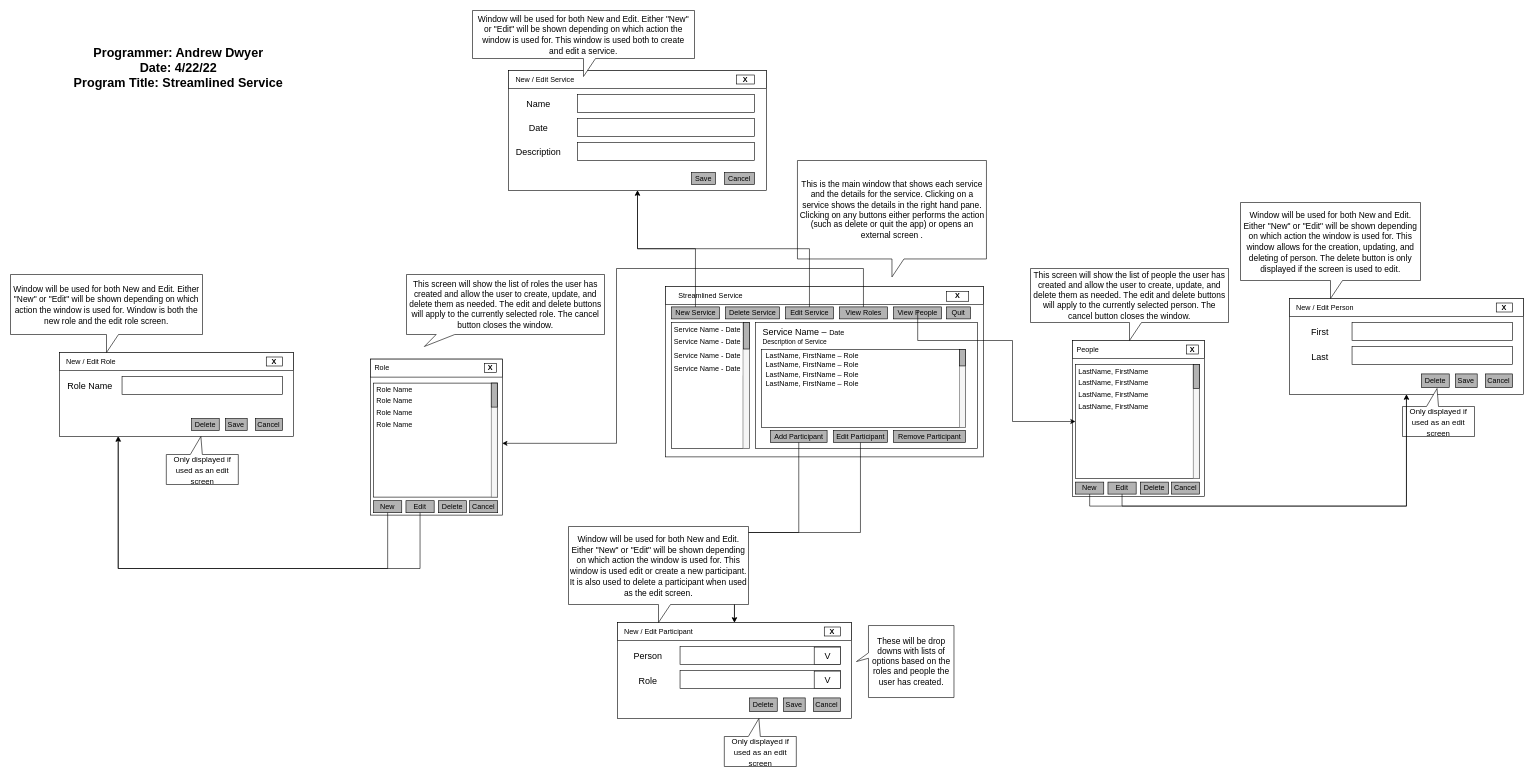
Above: Major Project UI (1).drawio in AJ-Dwyer-UNWSP/COS2005-Major-Project (draw.io), before the change. Source tidied: cells renumbered, new cells numbered last; positions are measured from the earlier drawing's top-left corner, leaving out a move shared by most shapes. Both pictures are drawn from the tidied source at 60%, with x=0, y=0 at pixel (10, 10).
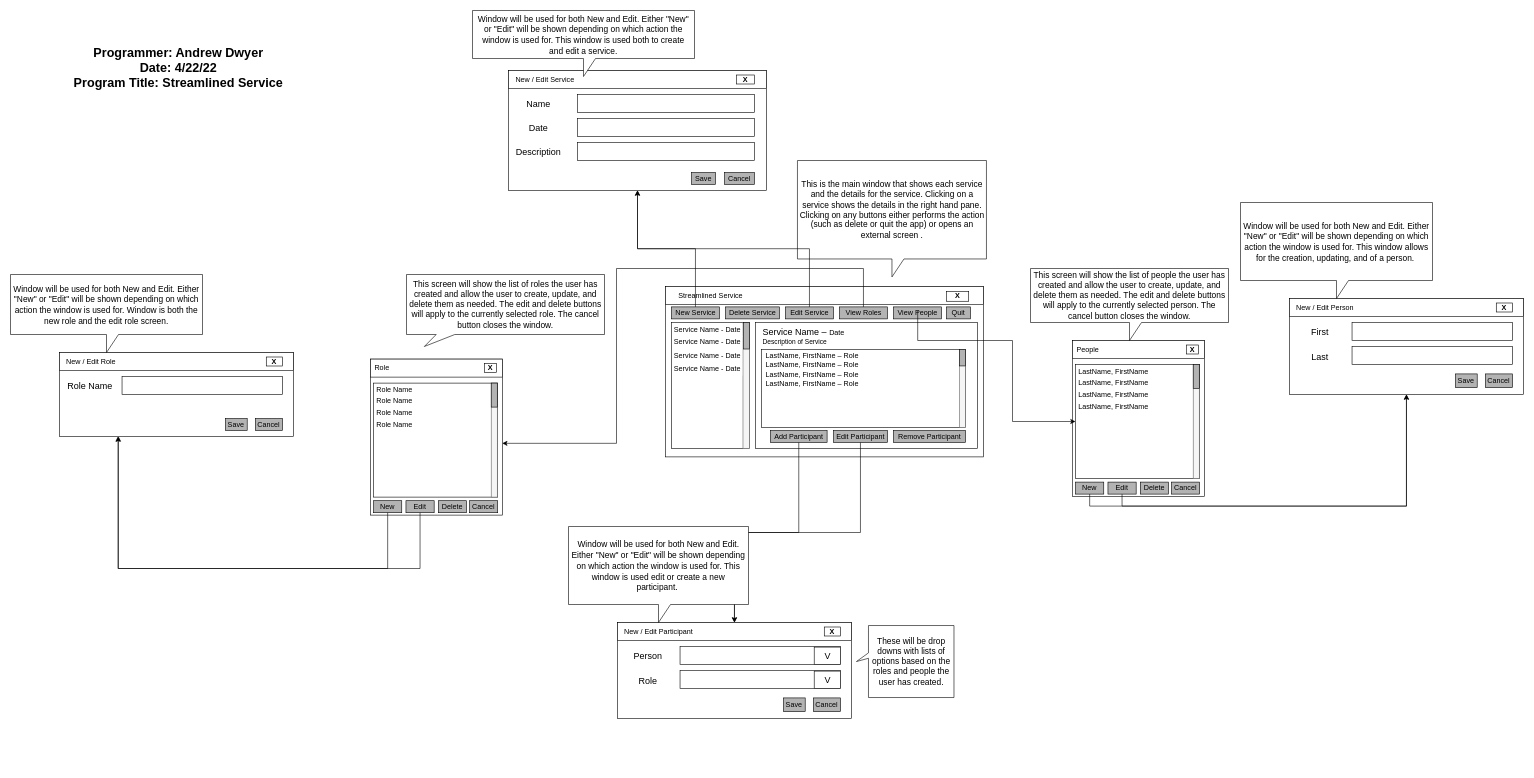
After the change.

The change refers to these unchanged cells:
```xml
<mxCell id="2" style="group;" parent="1" vertex="1">
  <mxGeometry x="2050" y="380" width="471.6" height="330" as="geometry" />
</mxCell>
<mxCell id="3" style="whiteSpace=wrap;html=1;" parent="2" vertex="1">
  <mxGeometry x="81.6" y="100" width="390" height="160" as="geometry" />
</mxCell>
<mxCell id="16" style="group;" parent="1" vertex="1">
  <mxGeometry y="470" width="471.6" height="320" as="geometry" />
</mxCell>
<mxCell id="17" style="whiteSpace=wrap;html=1;" parent="16" vertex="1">
  <mxGeometry x="81.6" y="100" width="390" height="140" as="geometry" />
</mxCell>
<mxCell id="127" style="group;" parent="126" vertex="1">
  <mxGeometry width="470" height="340" as="geometry" />
</mxCell>
<mxCell id="128" style="whiteSpace=wrap;html=1;" parent="127" vertex="1">
  <mxGeometry x="81.6" y="100" width="390" height="160" as="geometry" />
</mxCell>
```

Change to the diagram source:
```diff
@@
-    <mxCell id="4" value="Delete" style="whiteSpace=wrap;html=1;strokeColor=default;fillColor=#B3B3B3;" parent="3" vertex="1">
-      <mxGeometry x="220" y="125.7" width="46.3" height="22.9" as="geometry" />
-    </mxCell>
@@
-    <mxCell id="13" value="&lt;font style=&quot;font-size: 14px&quot;&gt;Window will be used for both New and Edit. Either &quot;New&quot; or &quot;Edit&quot; will be shown depending on which action the window is used for. This window allows for the creation, updating, and deleting of person. The delete button is only displayed if the screen is used to edit.&lt;/font&gt;" style="shape=callout;whiteSpace=wrap;html=1;perimeter=calloutPerimeter;fontSize=15;" parent="2" vertex="1">
-      <mxGeometry y="-60" width="300" height="160" as="geometry" />
+    <mxCell id="13" value="&lt;font style=&quot;font-size: 14px&quot;&gt;Window will be used for both New and Edit. Either &quot;New&quot; or &quot;Edit&quot; will be shown depending on which action the window is used for. This window allows for the creation, updating, and of a person.&amp;nbsp;&lt;/font&gt;" style="shape=callout;whiteSpace=wrap;html=1;perimeter=calloutPerimeter;fontSize=15;" parent="2" vertex="1">
+      <mxGeometry y="-60" width="320" height="160" as="geometry" />
     </mxCell>
-    <mxCell id="14" value="&lt;font style=&quot;font-size: 13px&quot;&gt;Only displayed if used as an edit screen&lt;/font&gt;" style="shape=callout;whiteSpace=wrap;html=1;perimeter=calloutPerimeter;fontSize=15;position2=0.52;direction=west;" parent="2" vertex="1">
-      <mxGeometry x="270" y="250" width="120" height="80" as="geometry" />
-    </mxCell>
@@
-    <mxCell id="18" value="Delete" style="whiteSpace=wrap;html=1;strokeColor=default;fillColor=#B3B3B3;" parent="17" vertex="1">
-      <mxGeometry x="220" y="110" width="46.3" height="20" as="geometry" />
-    </mxCell>
@@
-    <mxCell id="27" value="&lt;font style=&quot;font-size: 13px&quot;&gt;Only displayed if used as an edit screen&lt;/font&gt;" style="shape=callout;whiteSpace=wrap;html=1;perimeter=calloutPerimeter;fontSize=15;position2=0.52;direction=west;" parent="16" vertex="1">
-      <mxGeometry x="259.7" y="240" width="120" height="80" as="geometry" />
-    </mxCell>
@@
-    <mxCell id="129" value="Delete" style="whiteSpace=wrap;html=1;strokeColor=default;fillColor=#B3B3B3;" parent="128" vertex="1">
-      <mxGeometry x="220" y="125.7" width="46.3" height="22.9" as="geometry" />
-    </mxCell>
@@
-    <mxCell id="138" value="&lt;font style=&quot;font-size: 13px&quot;&gt;Only displayed if used as an edit screen&lt;/font&gt;" style="shape=callout;whiteSpace=wrap;html=1;perimeter=calloutPerimeter;fontSize=15;position2=0.52;direction=west;" parent="127" vertex="1">
-      <mxGeometry x="259.7" y="260" width="120" height="80" as="geometry" />
-    </mxCell>
@@
-    <mxCell id="142" value="&lt;font style=&quot;font-size: 14px&quot;&gt;Window will be used for both New and Edit. Either &quot;New&quot; or &quot;Edit&quot; will be shown depending on which action the window is used for. This window is used edit or create a new participant. It is also used to delete a participant when used as the edit screen.&lt;/font&gt;" style="shape=callout;whiteSpace=wrap;html=1;perimeter=calloutPerimeter;fontSize=15;" parent="127" vertex="1">
+    <mxCell id="142" value="&lt;font style=&quot;font-size: 14px&quot;&gt;Window will be used for both New and Edit. Either &quot;New&quot; or &quot;Edit&quot; will be shown depending on which action the window is used for. This window is used edit or create a new participant.&amp;nbsp;&lt;/font&gt;" style="shape=callout;whiteSpace=wrap;html=1;perimeter=calloutPerimeter;fontSize=15;" parent="127" vertex="1">
       <mxGeometry y="-60" width="300" height="160" as="geometry" />
     </mxCell>
```
